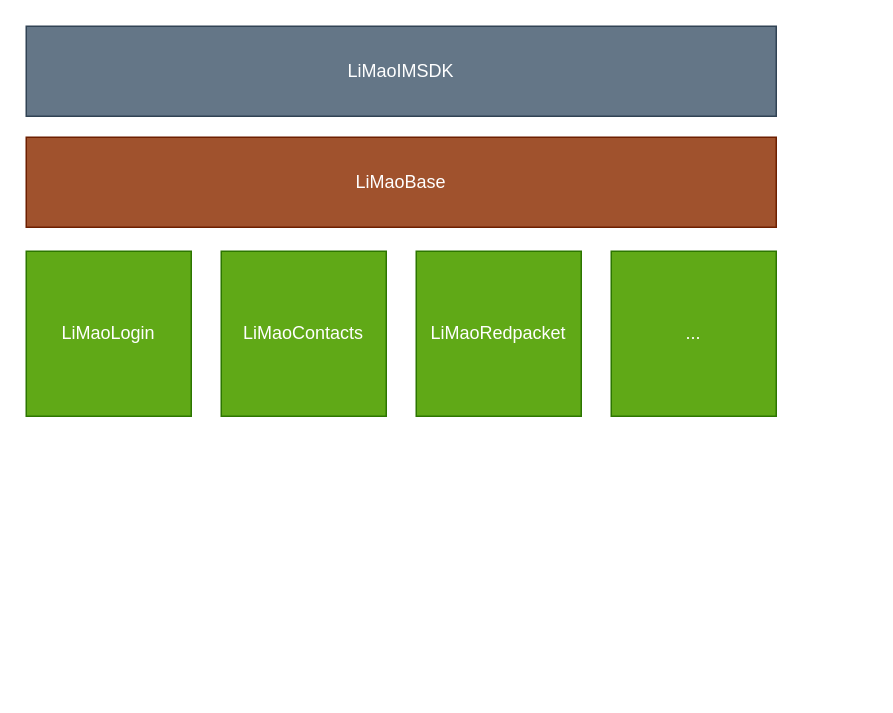
This is content/Untitled Diagram.drawio from lim-team/LiMaoIM-Docs, a draw.io file, before an edit. Source tidied: cells renumbered, new cells numbered last; positions are measured from the earlier drawing's top-left corner, leaving out a move shared by most shapes. Both pictures are drawn from the tidied source at 150%, with x=0, y=0 at pixel (26, 26).
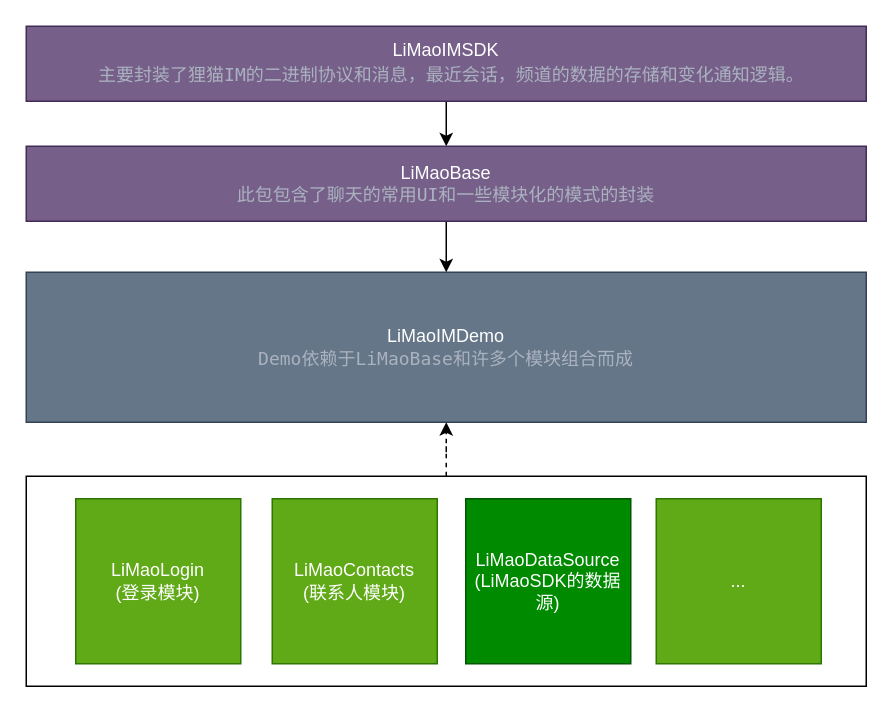
The same diagram, later.

Diff of the diagram source:
```diff
@@
 <mxGraphModel>
   <root>
     <mxCell id="0" />
     <mxCell id="1" parent="0" />
-    <mxCell id="2" value="LiMaoBase" style="rounded=0;whiteSpace=wrap;html=1;fillColor=#a0522d;strokeColor=#6D1F00;fontColor=#ffffff;" parent="1" vertex="1">
-      <mxGeometry y="74" width="500" height="60" as="geometry" />
-    </mxCell>
-    <mxCell id="3" value="LiMaoIMSDK" style="rounded=0;whiteSpace=wrap;html=1;fillColor=#647687;strokeColor=#314354;fontColor=#ffffff;" parent="1" vertex="1">
-      <mxGeometry width="500" height="60" as="geometry" />
+    <mxCell id="3" value="LiMaoIMDemo&lt;br&gt;&lt;span style=&quot;color: rgb(171 , 178 , 191) ; font-family: &amp;#34;menlo&amp;#34; , &amp;#34;monaco&amp;#34; , &amp;#34;courier new&amp;#34; , monospace ; white-space: pre&quot;&gt;Demo依赖于LiMaoBase和许多个模块组合而成&lt;/span&gt;" style="rounded=0;whiteSpace=wrap;html=1;fillColor=#647687;strokeColor=#314354;fontColor=#ffffff;" parent="1" vertex="1">
+      <mxGeometry y="164" width="560" height="100" as="geometry" />
     </mxCell>
+    <mxCell id="8" style="edgeStyle=orthogonalEdgeStyle;rounded=0;jettySize=auto;html=1;exitX=0.5;exitY=1;exitDx=0;exitDy=0;entryX=0.5;entryY=0;entryDx=0;entryDy=0;" parent="1" edge="1" source="9" target="11">
+      <mxGeometry relative="1" as="geometry" />
+    </mxCell>
+    <mxCell id="9" value="LiMaoIMSDK&lt;br&gt;&lt;div style=&quot;color: rgb(171 , 178 , 191) ; font-family: &amp;#34;menlo&amp;#34; , &amp;#34;monaco&amp;#34; , &amp;#34;courier new&amp;#34; , monospace ; line-height: 18px ; white-space: pre&quot;&gt; 主要封装了狸猫IM的二进制协议和消息，最近会话，频道的数据的存储和变化通知逻辑。&lt;/div&gt;" style="rounded=0;whiteSpace=wrap;html=1;fillColor=#76608a;strokeColor=#432D57;fontColor=#ffffff;" parent="1" vertex="1">
+      <mxGeometry width="560" height="50" as="geometry" />
+    </mxCell>
+    <mxCell id="10" style="edgeStyle=orthogonalEdgeStyle;rounded=0;jettySize=auto;html=1;exitX=0.5;exitY=1;exitDx=0;exitDy=0;entryX=0.5;entryY=0;entryDx=0;entryDy=0;" parent="1" edge="1" source="11" target="3">
+      <mxGeometry relative="1" as="geometry" />
+    </mxCell>
+    <mxCell id="11" value="LiMaoBase&lt;br&gt;&lt;span style=&quot;color: rgb(171 , 178 , 191) ; font-family: &amp;#34;menlo&amp;#34; , &amp;#34;monaco&amp;#34; , &amp;#34;courier new&amp;#34; , monospace ; white-space: pre&quot;&gt;此包包含了聊天的常用UI和一些模块化的模式的封装&lt;/span&gt;" style="rounded=0;whiteSpace=wrap;html=1;fillColor=#76608a;strokeColor=#432D57;fontColor=#ffffff;" parent="1" vertex="1">
+      <mxGeometry y="80" width="560" height="50" as="geometry" />
+    </mxCell>
+    <mxCell id="12" style="edgeStyle=orthogonalEdgeStyle;rounded=0;jettySize=auto;html=1;entryX=0.5;entryY=1;entryDx=0;entryDy=0;dashed=1;" parent="1" edge="1" source="13" target="3">
+      <mxGeometry relative="1" as="geometry" />
+    </mxCell>
+    <mxCell id="13" style="rounded=0;whiteSpace=wrap;html=1;" parent="1" vertex="1">
+      <mxGeometry y="300" width="560" height="140" as="geometry" />
+    </mxCell>
-    <mxCell id="4" value="LiMaoLogin" style="whiteSpace=wrap;html=1;fillColor=#60a917;strokeColor=#2D7600;fontColor=#ffffff;shadow=0;" parent="1" vertex="1">
-      <mxGeometry y="150" width="110" height="110" as="geometry" />
+    <mxCell id="4" value="LiMaoLogin&lt;br&gt;(登录模块)" style="whiteSpace=wrap;html=1;fillColor=#60a917;strokeColor=#2D7600;fontColor=#ffffff;shadow=0;" parent="1" vertex="1">
+      <mxGeometry x="33" y="315" width="110" height="110" as="geometry" />
     </mxCell>
-    <mxCell id="5" value="LiMaoContacts" style="whiteSpace=wrap;html=1;fillColor=#60a917;strokeColor=#2D7600;fontColor=#ffffff;shadow=0;" parent="1" vertex="1">
-      <mxGeometry x="130" y="150" width="110" height="110" as="geometry" />
+    <mxCell id="5" value="LiMaoContacts&lt;br&gt;(联系人模块)" style="whiteSpace=wrap;html=1;fillColor=#60a917;strokeColor=#2D7600;fontColor=#ffffff;shadow=0;" parent="1" vertex="1">
+      <mxGeometry x="164" y="315" width="110" height="110" as="geometry" />
     </mxCell>
-    <mxCell id="6" value="..." style="whiteSpace=wrap;html=1;fillColor=#60a917;strokeColor=#2D7600;fontColor=#ffffff;shadow=0;" parent="1" vertex="1">
-      <mxGeometry x="390" y="150" width="110" height="110" as="geometry" />
+    <mxCell id="6" value="LiMaoDataSource&lt;br&gt;(LiMaoSDK的数据源)" style="whiteSpace=wrap;html=1;fillColor=#008a00;strokeColor=#005700;fontColor=#ffffff;shadow=0;" parent="1" vertex="1">
+      <mxGeometry x="293" y="315" width="110" height="110" as="geometry" />
     </mxCell>
-    <mxCell id="7" value="LiMaoRedpacket" style="whiteSpace=wrap;html=1;fillColor=#60a917;strokeColor=#2D7600;fontColor=#ffffff;shadow=0;" parent="1" vertex="1">
-      <mxGeometry x="260" y="150" width="110" height="110" as="geometry" />
+    <mxCell id="7" value="..." style="whiteSpace=wrap;html=1;fillColor=#60a917;strokeColor=#2D7600;fontColor=#ffffff;shadow=0;" parent="1" vertex="1">
+      <mxGeometry x="420" y="315" width="110" height="110" as="geometry" />
     </mxCell>
   </root>
 </mxGraphModel>
```
